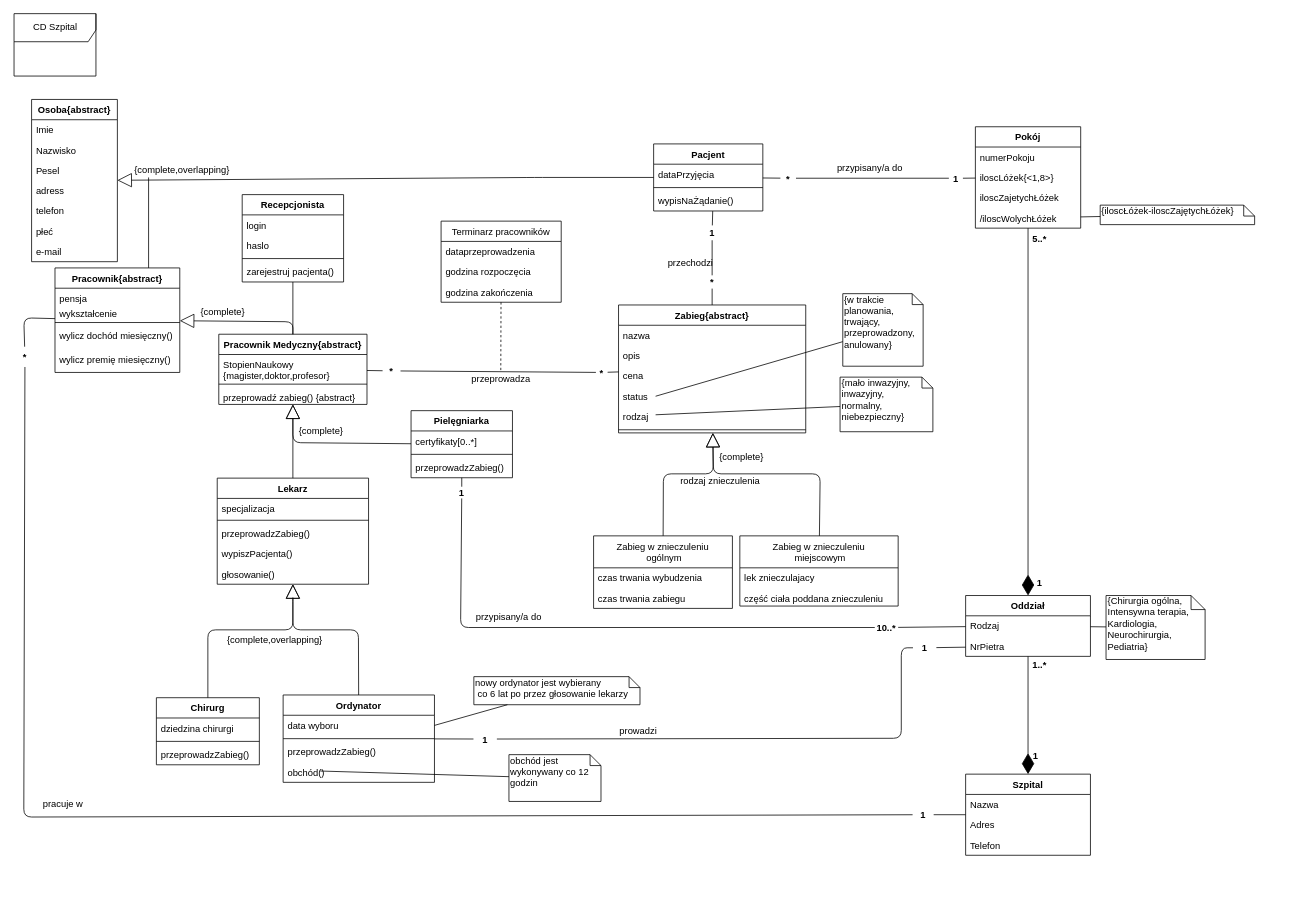
This is page "class" (1 of 2) of Szpital.drawio from AleksanderStaruch/HospitalUML, a draw.io file, before an edit. Source tidied: cells renumbered, new cells numbered last; positions are measured from the earlier drawing's top-left corner, leaving out a move shared by most shapes. Both pictures are drawn from the tidied source at 78%, with x=0, y=0 at pixel (14, 13).
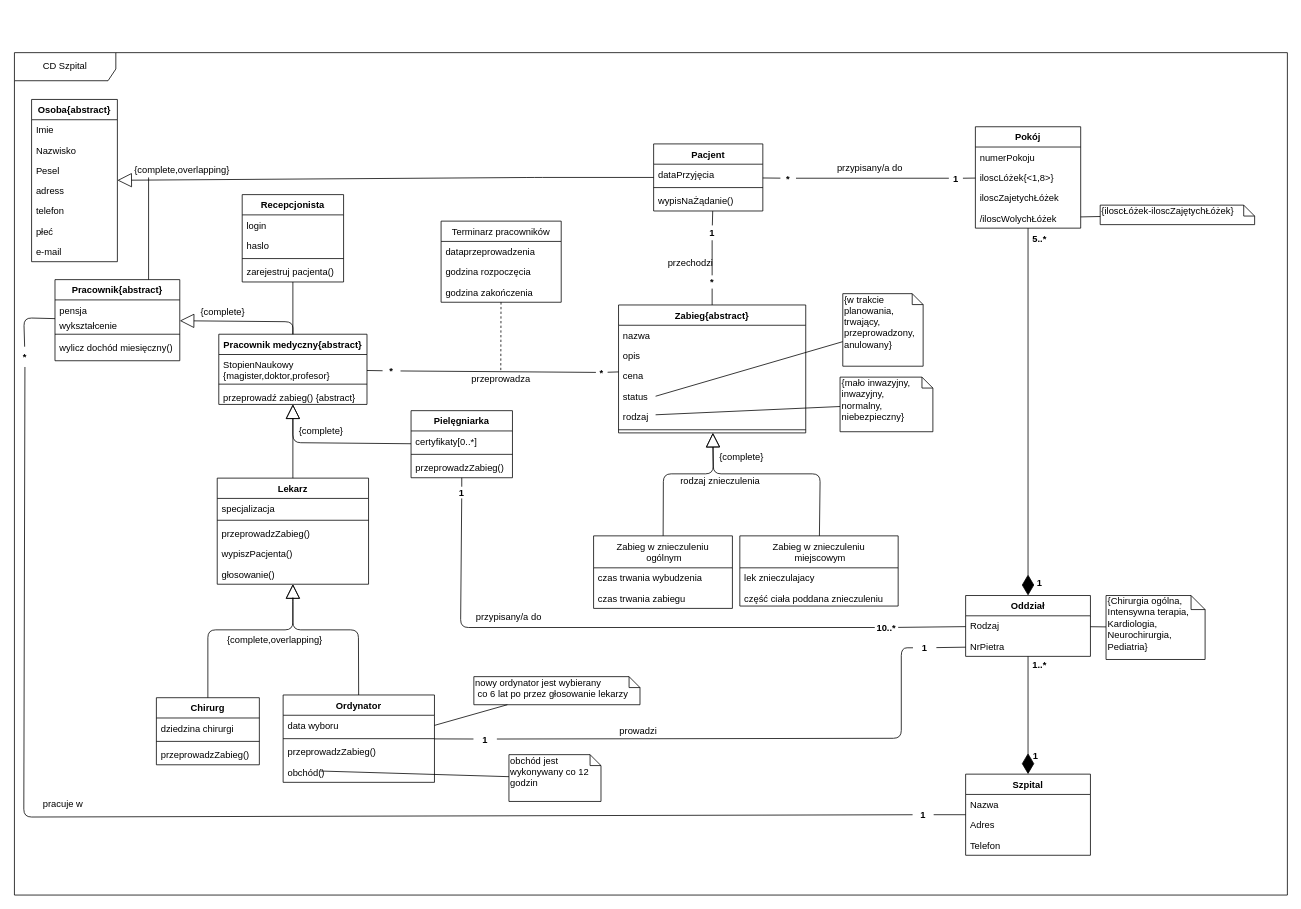
The same page after the edit.

What changed in the source:
```diff
@@
-    <mxCell id="11" value="Pracownik Medyczny{abstract}" style="swimlane;fontStyle=1;align=center;verticalAlign=top;horizontal=1;startSize=26;" parent="1" vertex="1">
+    <mxCell id="11" value="Pracownik medyczny{abstract}" style="swimlane;fontStyle=1;align=center;verticalAlign=top;horizontal=1;startSize=26;" parent="1" vertex="1">
       <mxGeometry x="262" y="411" width="190" height="90" as="geometry" />
     </mxCell>
@@
     <mxCell id="85" value="CD Szpital" style="shape=umlFrame;whiteSpace=wrap;html=1;width=130;height=36;" parent="1" vertex="1">
-      <mxGeometry x="-0.5" width="105" height="80" as="geometry" />
+      <mxGeometry y="50" width="1632" height="1080" as="geometry" />
     </mxCell>
@@
     <mxCell id="90" value="Pracownik{abstract}" style="swimlane;fontStyle=1;align=center;verticalAlign=top;horizontal=1;startSize=26;" parent="1" vertex="1">
-      <mxGeometry x="52" y="326" width="160" height="134" as="geometry" />
+      <mxGeometry x="52" y="341" width="160" height="104" as="geometry" />
     </mxCell>
@@
-    <mxCell id="95" value="wylicz premię miesięczny()" style="text;strokeColor=none;fillColor=none;align=left;verticalAlign=top;spacingLeft=4;spacingRight=4;overflow=hidden;" parent="90" vertex="1">
-      <mxGeometry y="104" width="160" height="30" as="geometry" />
-    </mxCell>
```
